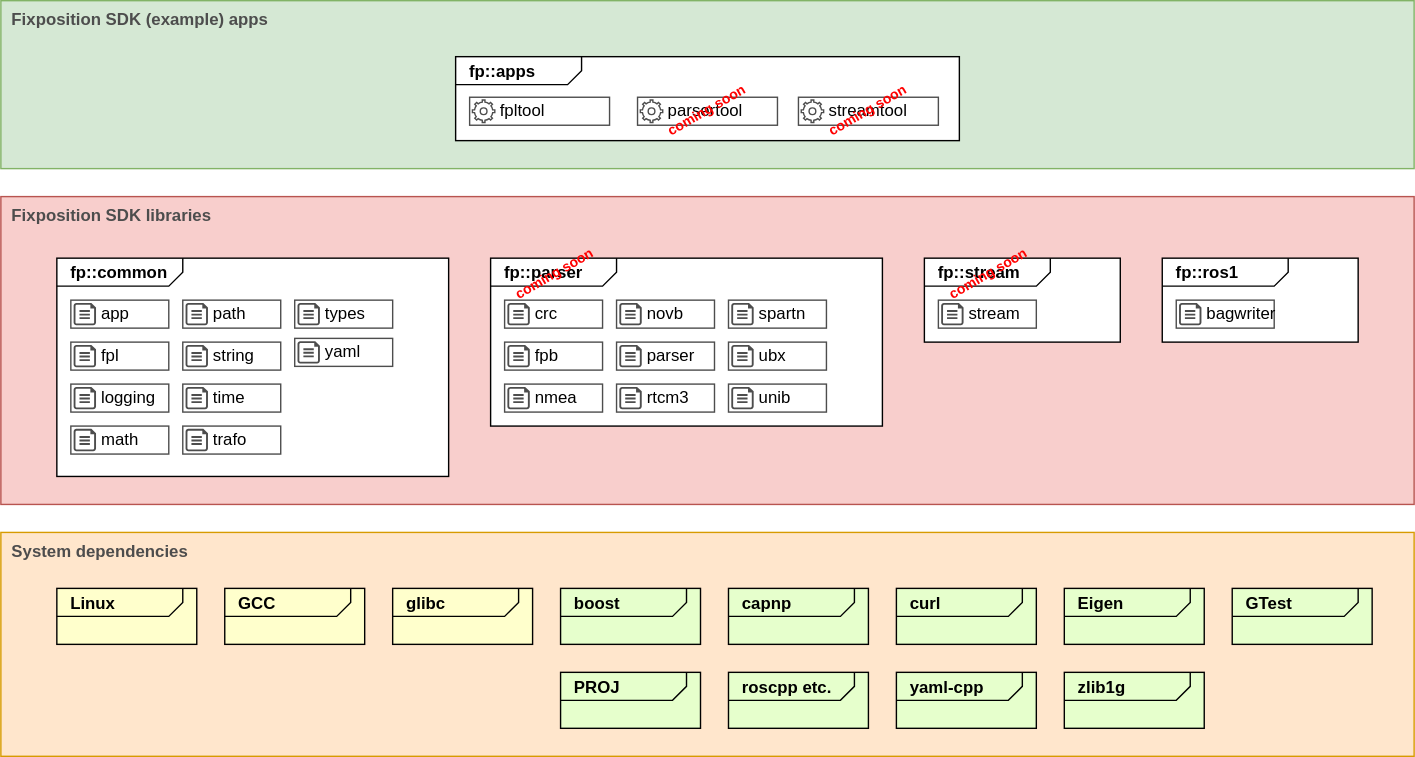
Earlier version of the draw.io export doc/fpsdk-overview.drawio.svg (fixposition/fixposition-sdk). Source tidied: cells renumbered, new cells last; positions are measured from the earlier drawing's top-left corner, leaving out a move shared by most shapes.
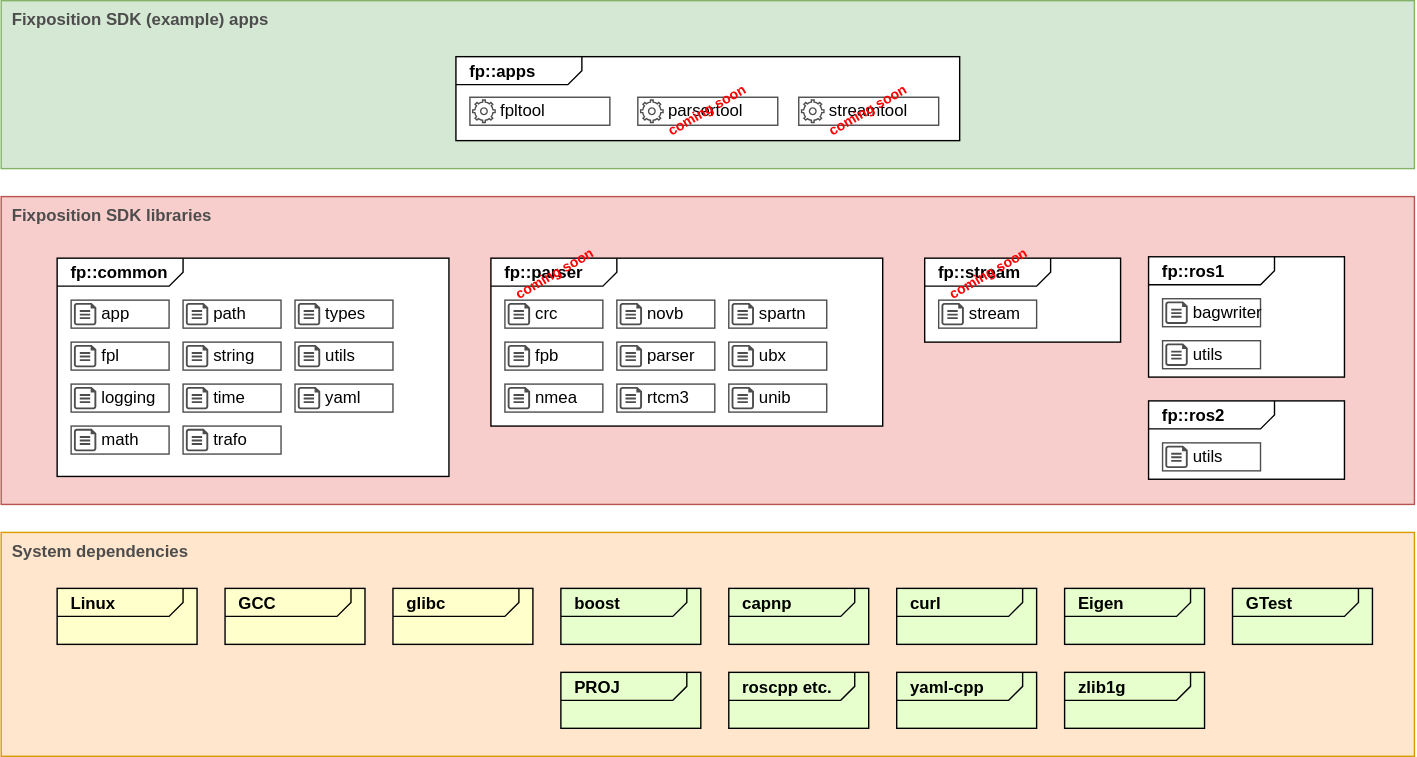
The same file after the commit.

Change to the diagram source:
```diff
@@ -15,7 +15,7 @@
       <mxGeometry x="40" y="184" width="280" height="156" as="geometry" />
     </mxCell>
     <mxCell id="6" value="&lt;p style=&quot;margin:0px;margin-top:4px;margin-left:10px;text-align:left;&quot;&gt;&lt;b&gt;&lt;font style=&quot;font-size: 12px;&quot;&gt;fp::ros1&lt;/font&gt;&lt;/b&gt;&lt;/p&gt;" style="html=1;shape=mxgraph.sysml.package;xSize=90;align=left;spacingLeft=10;overflow=fill;" parent="1" vertex="1">
-      <mxGeometry x="830" y="184" width="140" height="60" as="geometry" />
+      <mxGeometry x="820" y="183" width="140" height="86" as="geometry" />
     </mxCell>
     <mxCell id="7" value="&lt;p style=&quot;margin:0px;margin-top:4px;margin-left:10px;text-align:left;&quot;&gt;&lt;b&gt;&lt;font style=&quot;font-size: 12px;&quot;&gt;fp::apps&lt;/font&gt;&lt;/b&gt;&lt;/p&gt;" style="html=1;shape=mxgraph.sysml.package;xSize=90;align=left;spacingLeft=10;overflow=fill;" parent="1" vertex="1">
       <mxGeometry x="325" y="40" width="360" height="60" as="geometry" />
@@ -42,9 +42,9 @@
       <mxGeometry x="660" y="184" width="140" height="60" as="geometry" />
     </mxCell>
     <mxCell id="15" style="group;" parent="1" vertex="1">
-      <mxGeometry x="210" y="241.3" width="70" height="20" as="geometry" />
+      <mxGeometry x="210" y="244" width="70" height="20" as="geometry" />
     </mxCell>
-    <mxCell id="16" value="yaml" style="whiteSpace=wrap;html=1;strokeColor=#4D4D4D;strokeWidth=1;fontSize=12;fillColor=default;align=left;spacingLeft=20;" parent="15" vertex="1">
+    <mxCell id="16" value="utils" style="whiteSpace=wrap;html=1;strokeColor=#4D4D4D;strokeWidth=1;fontSize=12;fillColor=default;align=left;spacingLeft=20;" parent="15" vertex="1">
       <mxGeometry width="70" height="20" as="geometry" />
     </mxCell>
     <mxCell id="17" style="verticalLabelPosition=bottom;html=1;verticalAlign=top;align=center;strokeColor=none;fillColor=#4D4D4D;shape=mxgraph.azure.cloud_services_configuration_file;fontSize=12;" parent="15" vertex="1">
@@ -225,7 +225,7 @@
       <mxGeometry x="2" y="2" width="16" height="16" as="geometry" />
     </mxCell>
     <mxCell id="76" style="group;" parent="1" vertex="1">
-      <mxGeometry x="840" y="214" width="70" height="20" as="geometry" />
+      <mxGeometry x="830" y="213" width="70" height="20" as="geometry" />
     </mxCell>
     <mxCell id="77" value="bagwriter" style="whiteSpace=wrap;html=1;strokeColor=#4D4D4D;strokeWidth=1;fontSize=12;fillColor=default;align=left;spacingLeft=20;" parent="76" vertex="1">
       <mxGeometry width="70" height="20" as="geometry" />
@@ -290,5 +290,35 @@
     <mxCell id="97" style="verticalLabelPosition=bottom;html=1;verticalAlign=top;align=center;strokeColor=none;fillColor=#4D4D4D;shape=mxgraph.azure.cloud_services_configuration_file;fontSize=12;" parent="95" vertex="1">
       <mxGeometry x="2" y="2" width="16" height="16" as="geometry" />
     </mxCell>
+    <mxCell id="98" style="group;" parent="1" vertex="1">
+      <mxGeometry x="210" y="274" width="70" height="20" as="geometry" />
+    </mxCell>
+    <mxCell id="99" value="yaml" style="whiteSpace=wrap;html=1;strokeColor=#4D4D4D;strokeWidth=1;fontSize=12;fillColor=default;align=left;spacingLeft=20;" parent="98" vertex="1">
+      <mxGeometry width="70" height="20" as="geometry" />
+    </mxCell>
+    <mxCell id="100" style="verticalLabelPosition=bottom;html=1;verticalAlign=top;align=center;strokeColor=none;fillColor=#4D4D4D;shape=mxgraph.azure.cloud_services_configuration_file;fontSize=12;" parent="98" vertex="1">
+      <mxGeometry x="2" y="2" width="16" height="16" as="geometry" />
+    </mxCell>
+    <mxCell id="101" style="group;" parent="1" vertex="1">
+      <mxGeometry x="830" y="243" width="70" height="20" as="geometry" />
+    </mxCell>
+    <mxCell id="102" value="utils" style="whiteSpace=wrap;html=1;strokeColor=#4D4D4D;strokeWidth=1;fontSize=12;fillColor=default;align=left;spacingLeft=20;" parent="101" vertex="1">
+      <mxGeometry width="70" height="20" as="geometry" />
+    </mxCell>
+    <mxCell id="103" style="verticalLabelPosition=bottom;html=1;verticalAlign=top;align=center;strokeColor=none;fillColor=#4D4D4D;shape=mxgraph.azure.cloud_services_configuration_file;fontSize=12;" parent="101" vertex="1">
+      <mxGeometry x="2" y="2" width="16" height="16" as="geometry" />
+    </mxCell>
+    <mxCell id="104" value="&lt;p style=&quot;margin:0px;margin-top:4px;margin-left:10px;text-align:left;&quot;&gt;&lt;b&gt;&lt;font style=&quot;font-size: 12px;&quot;&gt;fp::ros2&lt;/font&gt;&lt;/b&gt;&lt;/p&gt;" style="html=1;shape=mxgraph.sysml.package;xSize=90;align=left;spacingLeft=10;overflow=fill;" parent="1" vertex="1">
+      <mxGeometry x="820" y="286" width="140" height="56" as="geometry" />
+    </mxCell>
+    <mxCell id="105" style="group;" parent="1" vertex="1">
+      <mxGeometry x="830" y="316" width="70" height="20" as="geometry" />
+    </mxCell>
+    <mxCell id="106" value="utils" style="whiteSpace=wrap;html=1;strokeColor=#4D4D4D;strokeWidth=1;fontSize=12;fillColor=default;align=left;spacingLeft=20;" parent="105" vertex="1">
+      <mxGeometry width="70" height="20" as="geometry" />
+    </mxCell>
+    <mxCell id="107" style="verticalLabelPosition=bottom;html=1;verticalAlign=top;align=center;strokeColor=none;fillColor=#4D4D4D;shape=mxgraph.azure.cloud_services_configuration_file;fontSize=12;" parent="105" vertex="1">
+      <mxGeometry x="2" y="2" width="16" height="16" as="geometry" />
+    </mxCell>
   </root>
 </mxGraphModel>
```
